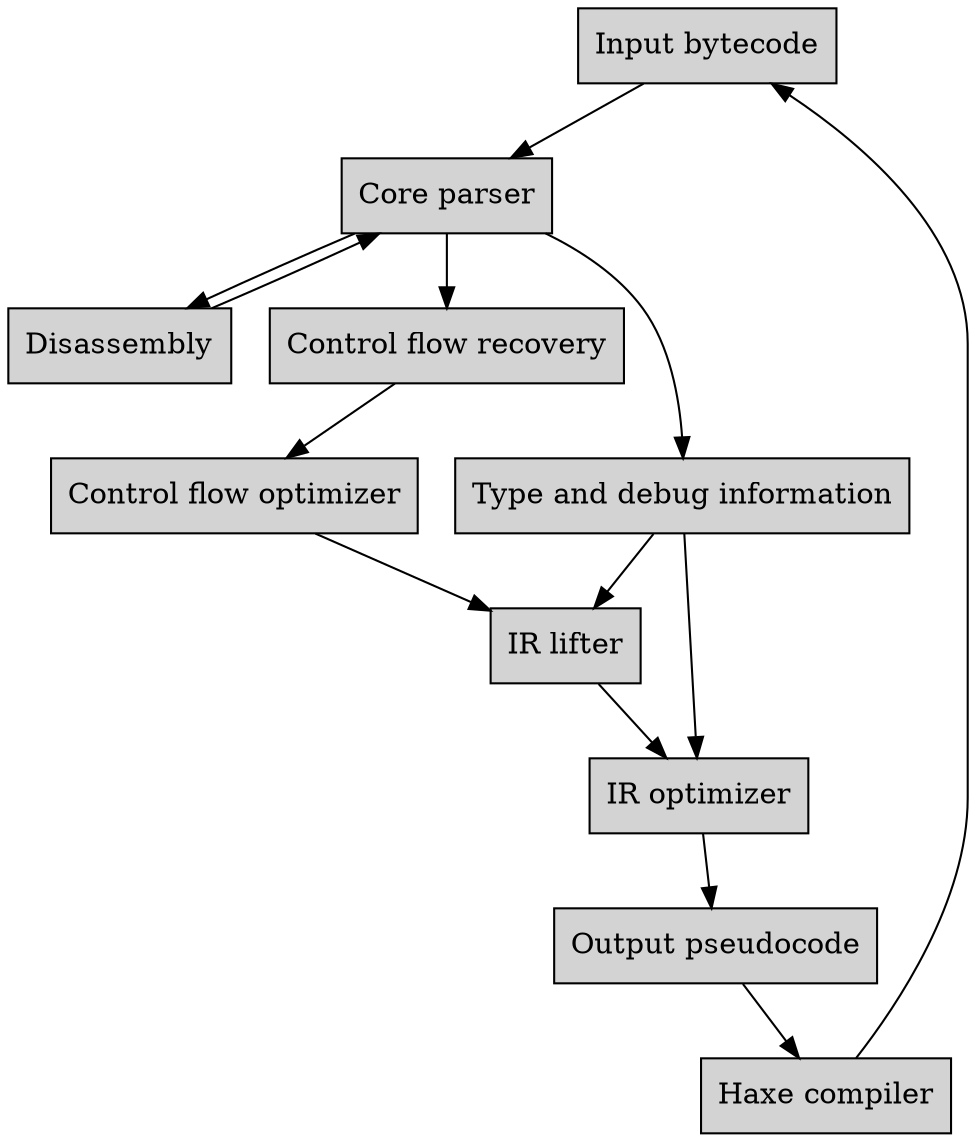
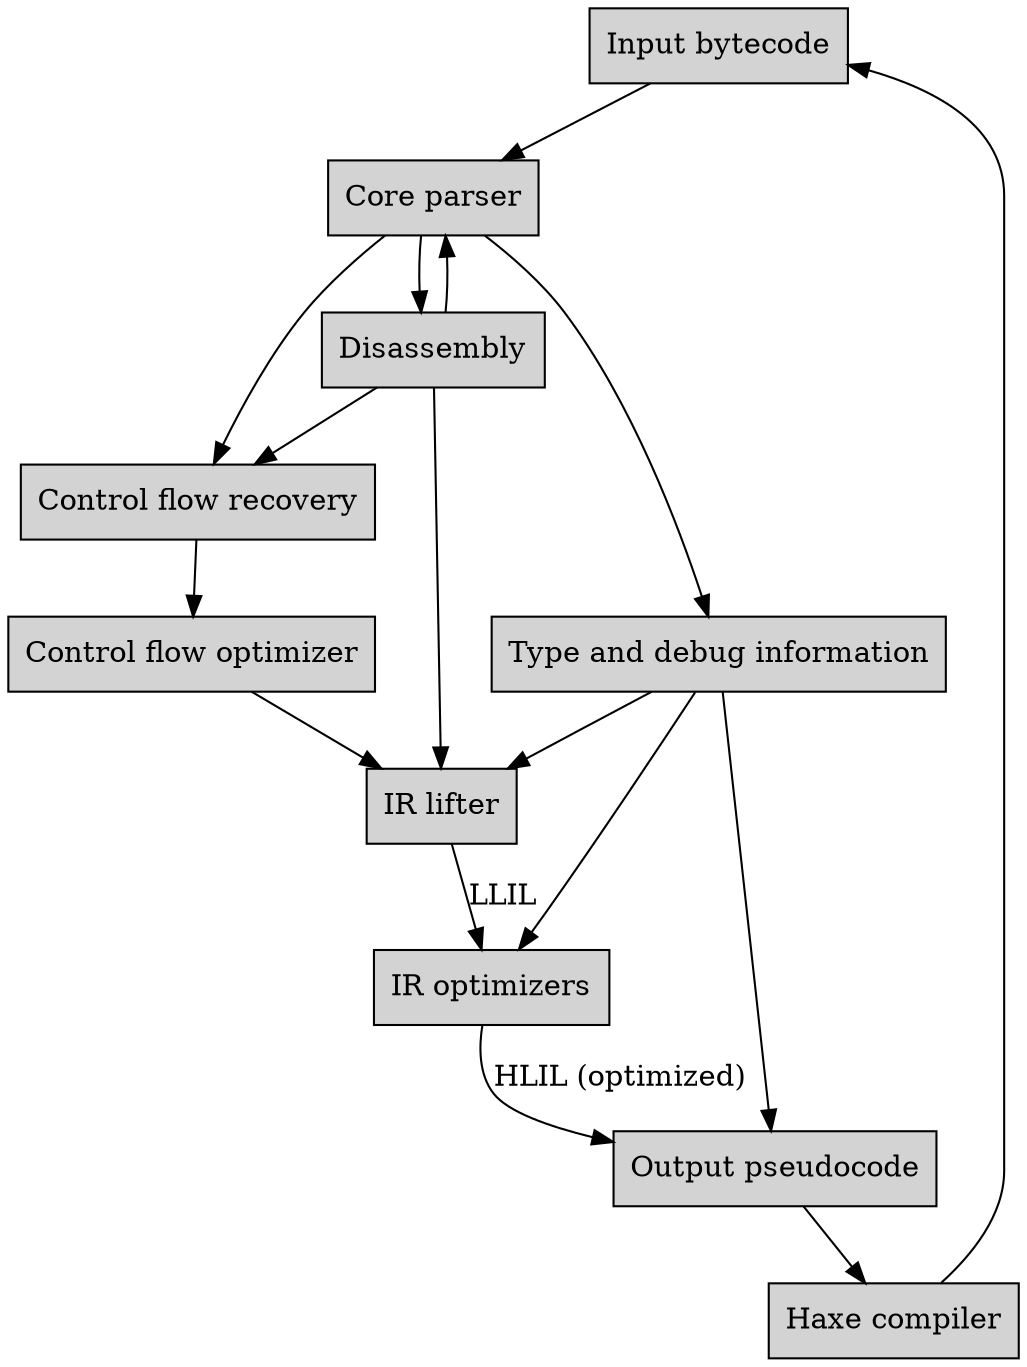
digraph G {
    node [shape=box style=filled]
    "Input bytecode" -> "Core parser"
    "Core parser" -> "Disassembly"
    "Disassembly" -> "Core parser"
    "Core parser" -> "Control flow recovery"
    "Type and debug information"
    "Control flow recovery" -> "Control flow optimizer" -> "IR lifter"
    "Core parser" -> "Type and debug information"
    "Type and debug information" -> "IR lifter"
-     "IR lifter" -> "IR optimizer"
-     "Type and debug information" -> "IR optimizer"
-     "IR optimizer" -> "Output pseudocode"
+     "IR lifter" -> "IR optimizers" [label="LLIL"]
+     "Type and debug information" -> "IR optimizers"
+     "IR optimizers" -> "Output pseudocode" [label="HLIL (optimized)"]
    "Output pseudocode" -> "Haxe compiler" -> "Input bytecode"
+     "Disassembly" -> "Control flow recovery"
+     "Disassembly" -> "IR lifter"
+     "Type and debug information" -> "Output pseudocode"
}
